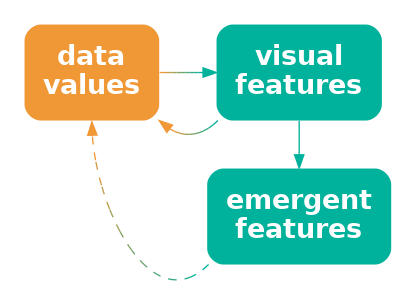
The Graphviz diagram Diagrams/data-vis-vis-decode.png in pmur002/hdvw, before a commit. Its source is kept beside it as Diagrams/data-vis-vis-decode.dot.
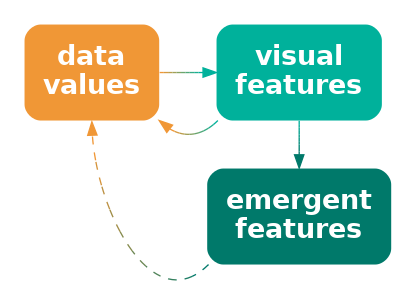
After the change.

The edit, as a diff of the source:
```diff
@@ -5,10 +5,10 @@
   vis [ label="visual\nfeatures"; shape=box;
      style="filled, rounded"; penwidth=0; fontcolor=white; fillcolor="#00B19B" ]
   add [ label="emergent\nfeatures"; shape=box;
-     style="filled, rounded"; penwidth=0; fontcolor=white; fillcolor="#00B19B" ]
+     style="filled, rounded"; penwidth=0; fontcolor=white; fillcolor="#00796A" ]
   data -> vis [ color="#F09736;0.1:#D59A41;0.1:#BB9D4C;0.1:#A0A058;0.1:#85A363;0.1:#6BA56E;0.1:#50A879;0.1:#35AB85;0.1:#1BAE90;0.1:#00B19B;0.1" ]
-  vis -> add [ color="#00B19B" ]
+  vis -> add [ color="#00B19B;0.1:#00AB96;0.1:#00A590;0.1:#009E8B;0.1:#009885;0.1:#009280;0.1:#008C7A;0.1:#008575;0.1:#007F6F;0.1:#00796A;0.1" ]
   vis:sw -> data:se [ style="dashed", color="#00B19B;0.1:#1BAE90;0.1:#35AB85;0.1:#50A879;0.1:#6BA56E;0.1:#85A363;0.1:#A0A058;0.1:#BB9D4C;0.1:#D59A41;0.1:#F09736;0.1" ]
-  add:sw -> data:s [ style="dashed", color="#00B19B;0.1:#1BAE90;0.1:#35AB85;0.1:#50A879;0.1:#6BA56E;0.1:#85A363;0.1:#A0A058;0.1:#BB9D4C;0.1:#D59A41;0.1:#F09736;0.1" ]
+  add:sw -> data:s [ style="dashed", color="#00796A;0.1:#1B7C64;0.1:#35805E;0.1:#508359;0.1:#6B8653;0.1:#858A4D;0.1:#A08D47;0.1:#BB9042;0.1:#D5943C;0.1:#F09736;0.1" ]
 { rank=same; vis, add }
 }
```
